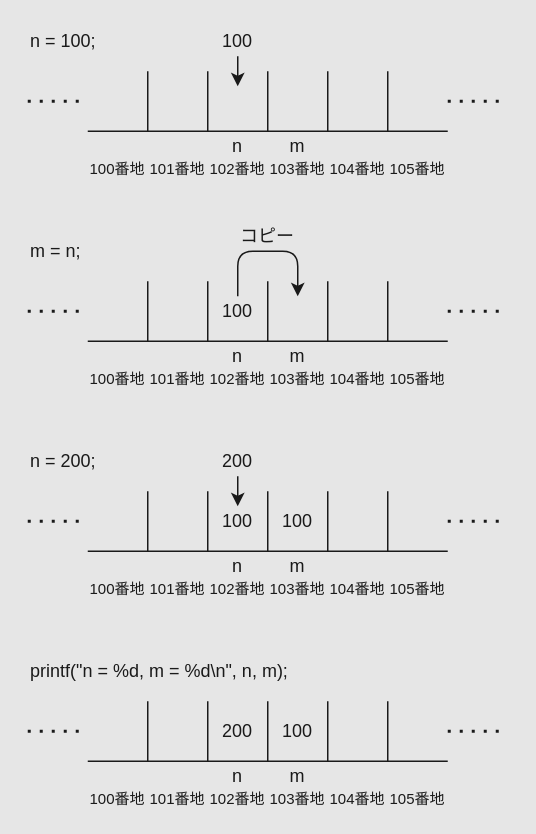
Earlier version of the draw.io diagram page "copy" (1 of 5) of src/pointer/index.drawio (tuatmcc/ClangWorkShop). Source tidied: cells renumbered, new cells numbered last; positions are measured from the earlier drawing's top-left corner, leaving out a move shared by most shapes. Both pictures are drawn from the tidied source at 150%, with x=0, y=0 at pixel (27, 26).
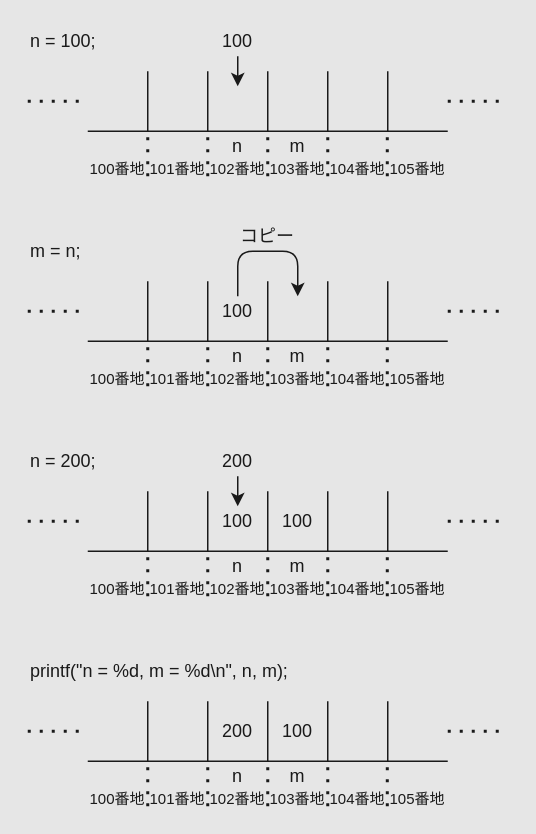
Above is the later version.

The edit, as a diff of the source:
```diff
@@
+    <mxCell id="81" style="endArrow=none;dashed=1;html=1;dashPattern=1 3;strokeWidth=2;strokeColor=#1A1A1A;fontColor=#FF0000;" parent="1" edge="1">
+      <mxGeometry relative="1" as="geometry">
+        <mxPoint x="80" y="100" as="sourcePoint" />
+        <mxPoint x="80" y="70" as="targetPoint" />
+      </mxGeometry>
+    </mxCell>
+    <mxCell id="82" style="endArrow=none;dashed=1;html=1;dashPattern=1 3;strokeWidth=2;strokeColor=#1A1A1A;fontColor=#FF0000;" parent="1" edge="1">
+      <mxGeometry relative="1" as="geometry">
+        <mxPoint x="120" y="100" as="sourcePoint" />
+        <mxPoint x="120" y="70" as="targetPoint" />
+      </mxGeometry>
+    </mxCell>
+    <mxCell id="83" style="endArrow=none;dashed=1;html=1;dashPattern=1 3;strokeWidth=2;strokeColor=#1A1A1A;fontColor=#FF0000;" parent="1" edge="1">
+      <mxGeometry relative="1" as="geometry">
+        <mxPoint x="160" y="100" as="sourcePoint" />
+        <mxPoint x="160" y="70" as="targetPoint" />
+      </mxGeometry>
+    </mxCell>
+    <mxCell id="84" style="endArrow=none;dashed=1;html=1;dashPattern=1 3;strokeWidth=2;strokeColor=#1A1A1A;fontColor=#FF0000;" parent="1" edge="1">
+      <mxGeometry relative="1" as="geometry">
+        <mxPoint x="200" y="100" as="sourcePoint" />
+        <mxPoint x="200" y="70" as="targetPoint" />
+      </mxGeometry>
+    </mxCell>
+    <mxCell id="85" style="endArrow=none;dashed=1;html=1;dashPattern=1 3;strokeWidth=2;strokeColor=#1A1A1A;fontColor=#FF0000;" parent="1" edge="1">
+      <mxGeometry relative="1" as="geometry">
+        <mxPoint x="239.7" y="100" as="sourcePoint" />
+        <mxPoint x="239.7" y="70" as="targetPoint" />
+      </mxGeometry>
+    </mxCell>
+    <mxCell id="86" style="endArrow=none;dashed=1;html=1;dashPattern=1 3;strokeWidth=2;strokeColor=#1A1A1A;fontColor=#FF0000;" parent="1" edge="1">
+      <mxGeometry relative="1" as="geometry">
+        <mxPoint x="80" y="240" as="sourcePoint" />
+        <mxPoint x="80" y="210" as="targetPoint" />
+      </mxGeometry>
+    </mxCell>
+    <mxCell id="87" style="endArrow=none;dashed=1;html=1;dashPattern=1 3;strokeWidth=2;strokeColor=#1A1A1A;fontColor=#FF0000;" parent="1" edge="1">
+      <mxGeometry relative="1" as="geometry">
+        <mxPoint x="120" y="240" as="sourcePoint" />
+        <mxPoint x="120" y="210" as="targetPoint" />
+      </mxGeometry>
+    </mxCell>
+    <mxCell id="88" style="endArrow=none;dashed=1;html=1;dashPattern=1 3;strokeWidth=2;strokeColor=#1A1A1A;fontColor=#FF0000;" parent="1" edge="1">
+      <mxGeometry relative="1" as="geometry">
+        <mxPoint x="160" y="240" as="sourcePoint" />
+        <mxPoint x="160" y="210" as="targetPoint" />
+      </mxGeometry>
+    </mxCell>
+    <mxCell id="89" style="endArrow=none;dashed=1;html=1;dashPattern=1 3;strokeWidth=2;strokeColor=#1A1A1A;fontColor=#FF0000;" parent="1" edge="1">
+      <mxGeometry relative="1" as="geometry">
+        <mxPoint x="200" y="240" as="sourcePoint" />
+        <mxPoint x="200" y="210" as="targetPoint" />
+      </mxGeometry>
+    </mxCell>
+    <mxCell id="90" style="endArrow=none;dashed=1;html=1;dashPattern=1 3;strokeWidth=2;strokeColor=#1A1A1A;fontColor=#FF0000;" parent="1" edge="1">
+      <mxGeometry relative="1" as="geometry">
+        <mxPoint x="239.7" y="240" as="sourcePoint" />
+        <mxPoint x="239.7" y="210" as="targetPoint" />
+      </mxGeometry>
+    </mxCell>
+    <mxCell id="91" style="endArrow=none;dashed=1;html=1;dashPattern=1 3;strokeWidth=2;strokeColor=#1A1A1A;fontColor=#FF0000;" parent="1" edge="1">
+      <mxGeometry relative="1" as="geometry">
+        <mxPoint x="80" y="380" as="sourcePoint" />
+        <mxPoint x="80" y="350" as="targetPoint" />
+      </mxGeometry>
+    </mxCell>
+    <mxCell id="92" style="endArrow=none;dashed=1;html=1;dashPattern=1 3;strokeWidth=2;strokeColor=#1A1A1A;fontColor=#FF0000;" parent="1" edge="1">
+      <mxGeometry relative="1" as="geometry">
+        <mxPoint x="120" y="380" as="sourcePoint" />
+        <mxPoint x="120" y="350" as="targetPoint" />
+      </mxGeometry>
+    </mxCell>
+    <mxCell id="93" style="endArrow=none;dashed=1;html=1;dashPattern=1 3;strokeWidth=2;strokeColor=#1A1A1A;fontColor=#FF0000;" parent="1" edge="1">
+      <mxGeometry relative="1" as="geometry">
+        <mxPoint x="160" y="380" as="sourcePoint" />
+        <mxPoint x="160" y="350" as="targetPoint" />
+      </mxGeometry>
+    </mxCell>
+    <mxCell id="94" style="endArrow=none;dashed=1;html=1;dashPattern=1 3;strokeWidth=2;strokeColor=#1A1A1A;fontColor=#FF0000;" parent="1" edge="1">
+      <mxGeometry relative="1" as="geometry">
+        <mxPoint x="200" y="380" as="sourcePoint" />
+        <mxPoint x="200" y="350" as="targetPoint" />
+      </mxGeometry>
+    </mxCell>
+    <mxCell id="95" style="endArrow=none;dashed=1;html=1;dashPattern=1 3;strokeWidth=2;strokeColor=#1A1A1A;fontColor=#FF0000;" parent="1" edge="1">
+      <mxGeometry relative="1" as="geometry">
+        <mxPoint x="239.7" y="380" as="sourcePoint" />
+        <mxPoint x="239.7" y="350" as="targetPoint" />
+      </mxGeometry>
+    </mxCell>
+    <mxCell id="96" style="endArrow=none;dashed=1;html=1;dashPattern=1 3;strokeWidth=2;strokeColor=#1A1A1A;fontColor=#FF0000;" parent="1" edge="1">
+      <mxGeometry relative="1" as="geometry">
+        <mxPoint x="80" y="520" as="sourcePoint" />
+        <mxPoint x="80" y="490" as="targetPoint" />
+      </mxGeometry>
+    </mxCell>
+    <mxCell id="97" style="endArrow=none;dashed=1;html=1;dashPattern=1 3;strokeWidth=2;strokeColor=#1A1A1A;fontColor=#FF0000;" parent="1" edge="1">
+      <mxGeometry relative="1" as="geometry">
+        <mxPoint x="120" y="520" as="sourcePoint" />
+        <mxPoint x="120" y="490" as="targetPoint" />
+      </mxGeometry>
+    </mxCell>
+    <mxCell id="98" style="endArrow=none;dashed=1;html=1;dashPattern=1 3;strokeWidth=2;strokeColor=#1A1A1A;fontColor=#FF0000;" parent="1" edge="1">
+      <mxGeometry relative="1" as="geometry">
+        <mxPoint x="160" y="520" as="sourcePoint" />
+        <mxPoint x="160" y="490" as="targetPoint" />
+      </mxGeometry>
+    </mxCell>
+    <mxCell id="99" style="endArrow=none;dashed=1;html=1;dashPattern=1 3;strokeWidth=2;strokeColor=#1A1A1A;fontColor=#FF0000;" parent="1" edge="1">
+      <mxGeometry relative="1" as="geometry">
+        <mxPoint x="200" y="520" as="sourcePoint" />
+        <mxPoint x="200" y="490" as="targetPoint" />
+      </mxGeometry>
+    </mxCell>
+    <mxCell id="100" style="endArrow=none;dashed=1;html=1;dashPattern=1 3;strokeWidth=2;strokeColor=#1A1A1A;fontColor=#FF0000;" parent="1" edge="1">
+      <mxGeometry relative="1" as="geometry">
+        <mxPoint x="239.7" y="520" as="sourcePoint" />
+        <mxPoint x="239.7" y="490" as="targetPoint" />
+      </mxGeometry>
+    </mxCell>
```
